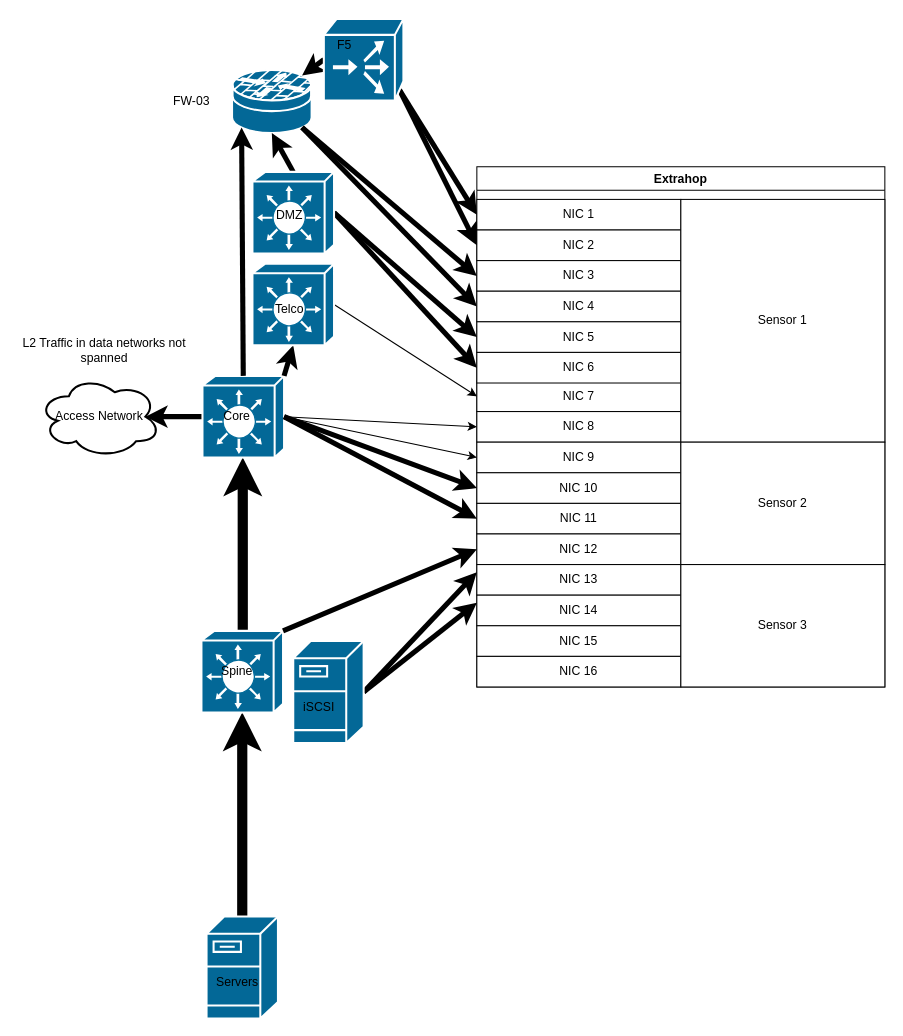
Above: page "Delta" (2 of 2) of ASIS_HQ.drawio in adamrt918/Diagram (draw.io), before the change. Source tidied: cells renumbered, new cells numbered last; positions are measured from the earlier drawing's top-left corner, leaving out a move shared by most shapes. Both pictures are drawn from the tidied source at 102%, with x=0, y=0 at pixel (17, 18).
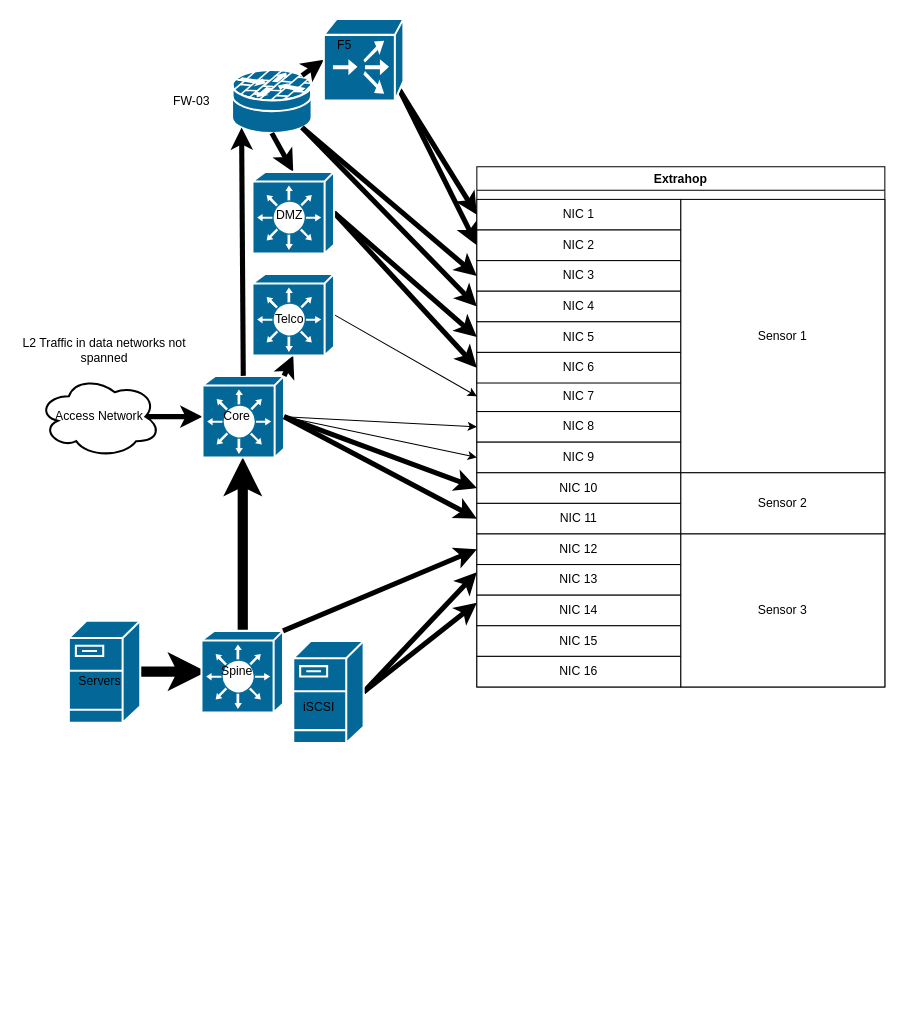
Above is the later version.

The change refers to these unchanged cells:
```xml
<mxCell id="4" value="&lt;br&gt;&lt;div&gt;&lt;br&gt;&lt;/div&gt;" style="shape=mxgraph.cisco.switches.layer_3_switch;sketch=0;html=1;dashed=0;fillColor=#036897;strokeColor=#ffffff;strokeWidth=2;verticalLabelPosition=bottom;verticalAlign=top;align=center;outlineConnect=0;" parent="1" vertex="1">
  <mxGeometry x="181" y="350" width="80" height="80" as="geometry" />
</mxCell>
<mxCell id="5" style="shape=mxgraph.cisco.security.router_firewall;sketch=0;html=1;dashed=0;fillColor=#036897;strokeColor=#ffffff;strokeWidth=2;verticalLabelPosition=bottom;verticalAlign=top;align=center;outlineConnect=0;" parent="1" vertex="1">
  <mxGeometry x="210" y="50" width="78" height="62" as="geometry" />
</mxCell>
<mxCell id="8" style="shape=mxgraph.cisco.switches.layer_3_switch;sketch=0;html=1;dashed=0;fillColor=#036897;strokeColor=#ffffff;strokeWidth=2;verticalLabelPosition=bottom;verticalAlign=top;align=center;outlineConnect=0;" parent="1" vertex="1">
  <mxGeometry x="180" y="600" width="80" height="80" as="geometry" />
</mxCell>
<mxCell id="10" value="&lt;div&gt;&lt;span style=&quot;background-color: transparent; color: light-dark(rgb(0, 0, 0), rgb(255, 255, 255));&quot;&gt;Access Network&lt;/span&gt;&lt;/div&gt;" style="ellipse;shape=cloud;whiteSpace=wrap;html=1;verticalAlign=middle;fillColor=default;strokeColor=default;sketch=0;dashed=0;strokeWidth=2;align=center;fontFamily=Helvetica;fontSize=12;fontColor=default;" parent="1" vertex="1">
  <mxGeometry x="20" y="350" width="120" height="80" as="geometry" />
</mxCell>
<mxCell id="15" value="Extrahop" style="swimlane;whiteSpace=wrap;html=1;" parent="1" vertex="1">
  <mxGeometry x="450" y="145" width="400" height="510" as="geometry" />
</mxCell>
<mxCell id="54" style="shape=mxgraph.cisco.directors.localdirector;sketch=0;html=1;dashed=0;fillColor=#036897;strokeColor=#ffffff;strokeWidth=2;verticalLabelPosition=bottom;verticalAlign=top;align=center;outlineConnect=0;" parent="53" vertex="1">
  <mxGeometry width="78" height="80" as="geometry" />
</mxCell>
<mxCell id="60" style="shape=mxgraph.cisco.switches.layer_3_switch;sketch=0;html=1;dashed=0;fillColor=#036897;strokeColor=#ffffff;strokeWidth=2;verticalLabelPosition=bottom;verticalAlign=top;align=center;outlineConnect=0;" parent="59" vertex="1">
  <mxGeometry width="80" height="80" as="geometry" />
</mxCell>
```

Change to the diagram source:
```diff
@@
-    <mxCell id="3" style="edgeStyle=orthogonalEdgeStyle;rounded=0;jettySize=auto;html=1;strokeWidth=5;entryX=0.875;entryY=0.5;entryDx=0;entryDy=0;entryPerimeter=0;" parent="1" edge="1" source="4" target="10">
+    <mxCell id="3" style="edgeStyle=orthogonalEdgeStyle;rounded=0;jettySize=auto;html=1;strokeWidth=5;exitX=0.875;exitY=0.5;exitDx=0;exitDy=0;exitPerimeter=0;" parent="1" edge="1" source="10" target="4">
       <mxGeometry relative="1" as="geometry" />
     </mxCell>
@@
-    <mxCell id="6" style="edgeStyle=orthogonalEdgeStyle;rounded=0;jettySize=auto;html=1;entryX=0.5;entryY=1;entryDx=0;entryDy=0;entryPerimeter=0;strokeWidth=10;exitX=0.5;exitY=0;exitDx=0;exitDy=0;exitPerimeter=0;" parent="1" edge="1" source="7" target="8">
-      <mxGeometry relative="1" as="geometry" />
-    </mxCell>
+    <mxCell id="65" style="edgeStyle=orthogonalEdgeStyle;rounded=0;jettySize=auto;html=1;strokeColor=default;strokeWidth=10;align=center;verticalAlign=middle;fontFamily=Helvetica;fontSize=11;fontColor=default;labelBackgroundColor=default;endArrow=classic;" parent="1" edge="1" source="7" target="14">
+      <mxGeometry relative="1" as="geometry" />
+    </mxCell>
     <mxCell id="7" style="shape=mxgraph.cisco.servers.fileserver;sketch=0;html=1;dashed=0;fillColor=#036897;strokeColor=#ffffff;strokeWidth=2;verticalLabelPosition=bottom;verticalAlign=top;align=center;outlineConnect=0;" parent="1" vertex="1">
-      <mxGeometry x="185" y="880" width="70" height="100" as="geometry" />
+      <mxGeometry x="50" y="590" width="70" height="100" as="geometry" />
     </mxCell>
@@
-    <mxCell id="14" value="Spine" style="text;html=1;align=center;verticalAlign=middle;whiteSpace=wrap;rounded=0;" parent="1" vertex="1">
+    <mxCell id="14" value="Spine" style="text;html=1;align=center;verticalAlign=middle;whiteSpace=wrap;rounded=0;strokeWidth=10;" parent="1" vertex="1">
       <mxGeometry x="185" y="625" width="60" height="30" as="geometry" />
     </mxCell>
@@
     <mxCell id="32" value="Sensor 1" style="rounded=0;whiteSpace=wrap;html=1;" parent="15" vertex="1">
-      <mxGeometry x="200" y="32" width="200" height="238" as="geometry" />
+      <mxGeometry x="200" y="32" width="200" height="268" as="geometry" />
     </mxCell>
     <mxCell id="33" value="Sensor 2" style="rounded=0;whiteSpace=wrap;html=1;" parent="15" vertex="1">
-      <mxGeometry x="200" y="270" width="200" height="120" as="geometry" />
+      <mxGeometry x="200" y="300" width="200" height="60" as="geometry" />
     </mxCell>
     <mxCell id="34" value="Sensor 3" style="rounded=0;whiteSpace=wrap;html=1;" parent="15" vertex="1">
-      <mxGeometry x="200" y="390" width="200" height="120" as="geometry" />
+      <mxGeometry x="200" y="360" width="200" height="150" as="geometry" />
     </mxCell>
@@
-    <mxCell id="38" style="endArrow=classic;html=1;rounded=0;exitX=0;exitY=0.5;exitDx=0;exitDy=0;exitPerimeter=0;strokeWidth=5;entryX=0.88;entryY=0.09;entryDx=0;entryDy=0;entryPerimeter=0;" parent="1" edge="1" source="54" target="5">
+    <mxCell id="38" style="endArrow=classic;html=1;rounded=0;exitX=0.88;exitY=0.09;exitDx=0;exitDy=0;exitPerimeter=0;strokeWidth=5;entryX=0;entryY=0.5;entryDx=0;entryDy=0;entryPerimeter=0;" parent="1" edge="1" source="5" target="54">
       <mxGeometry relative="1" as="geometry" />
     </mxCell>
@@
     <mxCell id="46" value="Servers" style="text;html=1;align=center;verticalAlign=middle;strokeColor=none;fillColor=none;" parent="1" vertex="1">
-      <mxGeometry x="185" y="930" width="60" height="30" as="geometry" />
+      <mxGeometry x="50" y="635" width="60" height="30" as="geometry" />
     </mxCell>
@@
-    <mxCell id="48" style="endArrow=classic;html=1;rounded=0;entryX=0.5;entryY=1;entryDx=0;entryDy=0;entryPerimeter=0;exitX=0.5;exitY=0;exitDx=0;exitDy=0;exitPerimeter=0;strokeWidth=5;" parent="1" edge="1" source="60" target="5">
+    <mxCell id="48" style="endArrow=classic;html=1;rounded=0;entryX=0.5;entryY=0;entryDx=0;entryDy=0;entryPerimeter=0;exitX=0.5;exitY=1;exitDx=0;exitDy=0;exitPerimeter=0;strokeWidth=5;" parent="1" edge="1" source="5" target="60">
       <mxGeometry relative="1" as="geometry" />
     </mxCell>
@@
     <mxCell id="62" style="group;" parent="1" vertex="1">
-      <mxGeometry x="230" y="240" width="80" height="80" as="geometry" />
+      <mxGeometry x="230" y="250" width="80" height="80" as="geometry" />
     </mxCell>
```
